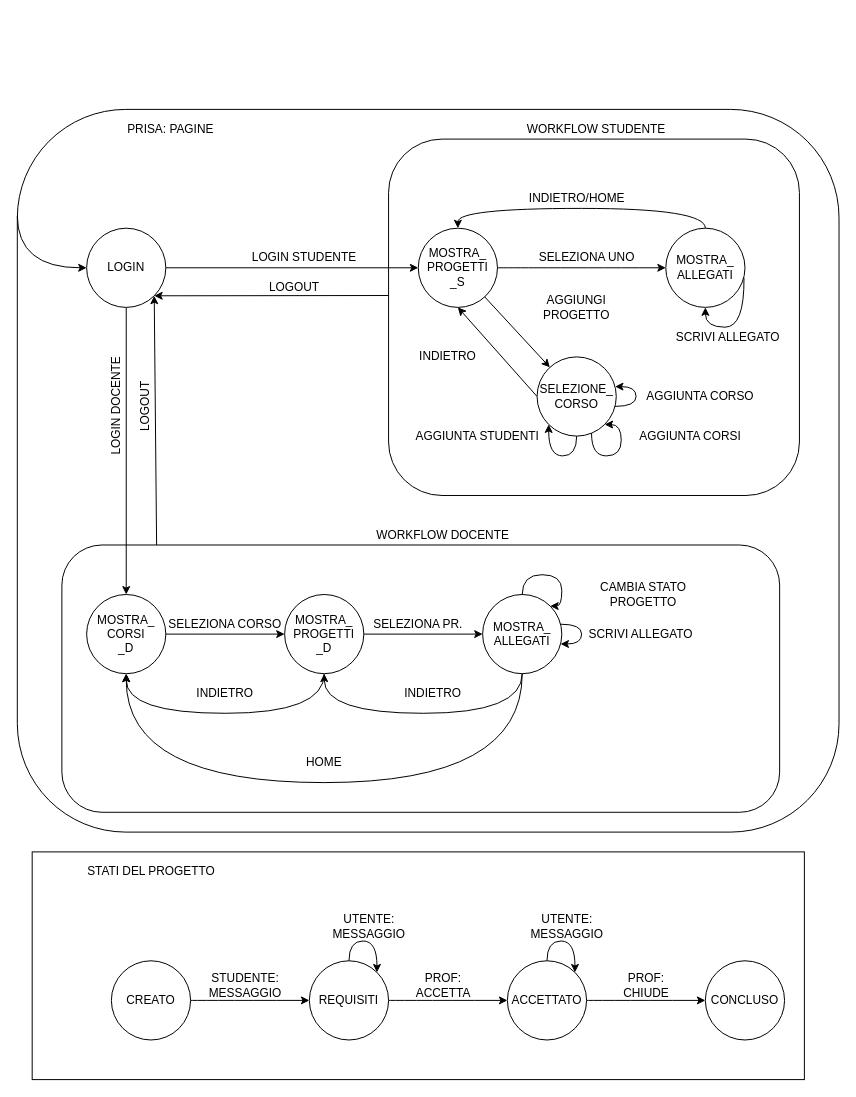
Above: page "MODELLO_SC_FSM" (3 of 5) of prisa_eer.drawio in Cippo95/prisa (draw.io), before the change. Source tidied: cells renumbered, new cells numbered last; positions are measured from the earlier drawing's top-left corner, leaving out a move shared by most shapes. Both pictures are drawn from the tidied source at 99%, with x=0, y=0 at pixel (17, 109).
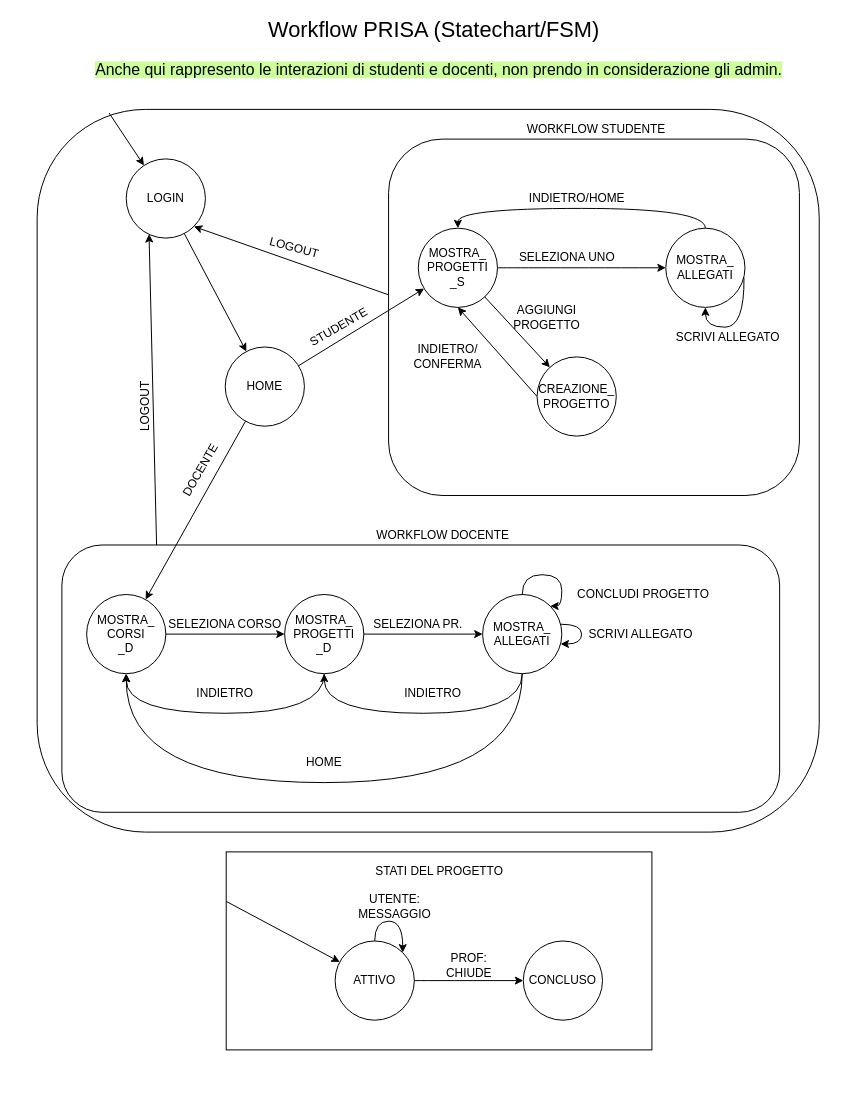
Above is the later version.

Unchanged cells that the change refers to:
```xml
<mxCell id="4" style="rounded=1;whiteSpace=wrap;html=1;" parent="1" vertex="1">
  <mxGeometry x="45" y="440" width="725" height="270" as="geometry" />
</mxCell>
```

Diff of the diagram source:
```diff
@@
     <mxCell id="2" style="rounded=1;whiteSpace=wrap;html=1;" parent="1" vertex="1">
-      <mxGeometry width="830" height="730" as="geometry" />
+      <mxGeometry x="20" width="790" height="730" as="geometry" />
     </mxCell>
-    <mxCell id="3" style="edgeStyle=none;rounded=0;jettySize=auto;html=1;entryX=1;entryY=1;entryDx=0;entryDy=0;exitX=0.132;exitY=0.004;exitDx=0;exitDy=0;exitPerimeter=0;" parent="1" edge="1" source="4" target="11">
+    <mxCell id="3" style="edgeStyle=none;rounded=0;jettySize=auto;html=1;entryX=0.288;entryY=0.95;entryDx=0;entryDy=0;exitX=0.132;exitY=0.004;exitDx=0;exitDy=0;exitPerimeter=0;entryPerimeter=0;" parent="1" edge="1" source="4" target="74">
       <mxGeometry relative="1" as="geometry" />
     </mxCell>
@@
-    <mxCell id="5" style="rounded=0;jettySize=auto;html=1;entryX=1;entryY=1;entryDx=0;entryDy=0;startArrow=none;startFill=0;endArrow=classic;endFill=1;" parent="1" edge="1" target="11">
+    <mxCell id="5" style="rounded=0;jettySize=auto;html=1;entryX=1;entryY=1;entryDx=0;entryDy=0;startArrow=none;startFill=0;endArrow=classic;endFill=1;" parent="1" edge="1" target="74">
       <mxGeometry relative="1" as="geometry">
         <mxPoint x="377" y="188" as="sourcePoint" />
       </mxGeometry>
     </mxCell>
@@
     <mxCell id="7" style="rounded=0;whiteSpace=wrap;html=1;" parent="1" vertex="1">
-      <mxGeometry x="15" y="750" width="780" height="230" as="geometry" />
+      <mxGeometry x="211" y="750" width="430" height="200" as="geometry" />
     </mxCell>
@@
-    <mxCell id="10" style="edgeStyle=orthogonalEdgeStyle;rounded=0;jettySize=auto;html=1;startArrow=classic;startFill=1;endArrow=none;endFill=0;curved=1;" parent="1" edge="1" source="11">
-      <mxGeometry relative="1" as="geometry">
-        <mxPoint y="107.7" as="targetPoint" />
-      </mxGeometry>
-    </mxCell>
-    <mxCell id="11" value="&lt;div&gt;LOGIN&lt;/div&gt;" style="ellipse;whiteSpace=wrap;html=1;" parent="1" vertex="1">
-      <mxGeometry x="70" y="120" width="80" height="80" as="geometry" />
+    <mxCell id="11" value="HOME" style="ellipse;whiteSpace=wrap;html=1;" parent="1" vertex="1">
+      <mxGeometry x="210" y="240" width="80" height="80" as="geometry" />
     </mxCell>
@@
-    <mxCell id="24" value="LOGIN STUDENTE" style="text;html=1;strokeColor=none;fillColor=none;align=center;verticalAlign=middle;whiteSpace=wrap;rounded=0;rotation=0;" parent="1" vertex="1">
-      <mxGeometry x="190" y="140" width="200" height="20" as="geometry" />
+    <mxCell id="24" value="STUDENTE" style="text;html=1;strokeColor=none;fillColor=none;align=center;verticalAlign=middle;whiteSpace=wrap;rounded=0;rotation=-30;" parent="1" vertex="1">
+      <mxGeometry x="270" y="210" width="110" height="20" as="geometry" />
     </mxCell>
     <mxCell id="25" value="SELEZIONA UNO" style="text;html=1;align=center;verticalAlign=middle;" parent="1" vertex="1">
-      <mxGeometry x="520" y="140" width="110" height="20" as="geometry" />
+      <mxGeometry x="500.1" y="140" width="110" height="20" as="geometry" />
     </mxCell>
@@
-    <mxCell id="27" value="&lt;div&gt;LOGIN DOCENTE&lt;/div&gt;" style="text;html=1;align=center;verticalAlign=middle;rotation=-90;" parent="1" vertex="1">
-      <mxGeometry x="45" y="290" width="110" height="20" as="geometry" />
+    <mxCell id="27" value="&lt;div&gt;DOCENTE&lt;/div&gt;" style="text;html=1;align=center;verticalAlign=middle;rotation=-60;" parent="1" vertex="1">
+      <mxGeometry x="150" y="355" width="70" height="20" as="geometry" />
     </mxCell>
@@
-    <mxCell id="29" style="edgeStyle=orthogonalEdgeStyle;curved=1;rounded=0;jettySize=auto;html=1;entryX=0;entryY=0.5;entryDx=0;entryDy=0;startArrow=none;startFill=0;endArrow=classic;endFill=1;" parent="1" edge="1" source="30" target="32">
-      <mxGeometry relative="1" as="geometry" />
-    </mxCell>
-    <mxCell id="30" value="CREATO" style="ellipse;whiteSpace=wrap;html=1;" parent="1" vertex="1">
-      <mxGeometry x="95" y="860" width="80" height="80" as="geometry" />
-    </mxCell>
-    <mxCell id="31" style="edgeStyle=orthogonalEdgeStyle;curved=1;rounded=0;jettySize=auto;html=1;entryX=0;entryY=0.5;entryDx=0;entryDy=0;startArrow=none;startFill=0;endArrow=classic;endFill=1;" parent="1" edge="1" source="32" target="34">
-      <mxGeometry relative="1" as="geometry" />
-    </mxCell>
+    <mxCell id="70" style="edgeStyle=none;rounded=0;jettySize=auto;html=1;fontSize=16;endArrow=none;endFill=0;entryX=0;entryY=0.25;entryDx=0;entryDy=0;startArrow=classic;startFill=1;" parent="1" edge="1" source="32" target="7">
+      <mxGeometry relative="1" as="geometry" />
+    </mxCell>
-    <mxCell id="32" value="REQUISITI" style="ellipse;whiteSpace=wrap;html=1;" parent="1" vertex="1">
-      <mxGeometry x="295" y="860" width="80" height="80" as="geometry" />
+    <mxCell id="32" value="ATTIVO" style="ellipse;whiteSpace=wrap;html=1;" parent="1" vertex="1">
+      <mxGeometry x="321" y="840" width="80" height="80" as="geometry" />
     </mxCell>
-    <mxCell id="33" style="edgeStyle=orthogonalEdgeStyle;curved=1;rounded=0;jettySize=auto;html=1;exitX=1;exitY=0.5;exitDx=0;exitDy=0;entryX=0;entryY=0.5;entryDx=0;entryDy=0;startArrow=none;startFill=0;endArrow=classic;endFill=1;" parent="1" edge="1" source="34" target="35">
+    <mxCell id="33" style="edgeStyle=orthogonalEdgeStyle;curved=1;rounded=0;jettySize=auto;html=1;exitX=1;exitY=0.5;exitDx=0;exitDy=0;entryX=0;entryY=0.5;entryDx=0;entryDy=0;startArrow=none;startFill=0;endArrow=classic;endFill=1;" parent="1" edge="1" source="32" target="35">
       <mxGeometry relative="1" as="geometry" />
     </mxCell>
-    <mxCell id="34" value="ACCETTATO" style="ellipse;whiteSpace=wrap;html=1;" parent="1" vertex="1">
-      <mxGeometry x="495" y="860" width="80" height="80" as="geometry" />
-    </mxCell>
     <mxCell id="35" value="CONCLUSO" style="ellipse;whiteSpace=wrap;html=1;" parent="1" vertex="1">
-      <mxGeometry x="695" y="860" width="80" height="80" as="geometry" />
+      <mxGeometry x="511.1" y="840" width="80" height="80" as="geometry" />
     </mxCell>
-    <mxCell id="36" value="&lt;div&gt;STUDENTE:&lt;br&gt;&lt;/div&gt;&lt;div&gt;MESSAGGIO&lt;/div&gt;" style="text;html=1;align=center;verticalAlign=middle;" parent="1" vertex="1">
-      <mxGeometry x="185" y="870" width="90" height="30" as="geometry" />
-    </mxCell>
-    <mxCell id="37" value="&lt;div&gt;PROF:&lt;br&gt;&lt;/div&gt;&lt;div&gt;ACCETTA&lt;/div&gt;" style="text;html=1;align=center;verticalAlign=middle;" parent="1" vertex="1">
-      <mxGeometry x="395" y="870" width="70" height="30" as="geometry" />
-    </mxCell>
     <mxCell id="38" value="&lt;div&gt;PROF:&lt;br&gt;&lt;/div&gt;&lt;div&gt;CHIUDE&lt;/div&gt;" style="text;html=1;align=center;verticalAlign=middle;" parent="1" vertex="1">
-      <mxGeometry x="605" y="870" width="60" height="30" as="geometry" />
+      <mxGeometry x="426" y="850" width="60" height="30" as="geometry" />
     </mxCell>
-    <mxCell id="39" style="edgeStyle=orthogonalEdgeStyle;curved=1;rounded=0;orthogonalLoop=1;jettySize=auto;html=1;entryX=1;entryY=0;entryDx=0;entryDy=0;startArrow=none;startFill=0;endArrow=classic;endFill=1;" parent="1" edge="1" source="34" target="34">
-      <mxGeometry relative="1" as="geometry">
-        <Array as="points">
-          <mxPoint x="535" y="840" />
-          <mxPoint x="563" y="840" />
-        </Array>
-      </mxGeometry>
-    </mxCell>
     <mxCell id="40" style="edgeStyle=orthogonalEdgeStyle;curved=1;rounded=0;orthogonalLoop=1;jettySize=auto;html=1;entryX=1;entryY=0;entryDx=0;entryDy=0;startArrow=none;startFill=0;endArrow=classic;endFill=1;" parent="1" edge="1" source="32" target="32">
       <mxGeometry relative="1" as="geometry">
         <Array as="points">
-          <mxPoint x="335" y="840" />
-          <mxPoint x="363" y="840" />
+          <mxPoint x="361" y="820" />
+          <mxPoint x="389" y="820" />
         </Array>
       </mxGeometry>
     </mxCell>
     <mxCell id="41" value="UTENTE:&lt;br&gt;&lt;div&gt;MESSAGGIO&lt;/div&gt;" style="text;html=1;align=center;verticalAlign=middle;" parent="1" vertex="1">
-      <mxGeometry x="310" y="810" width="90" height="30" as="geometry" />
+      <mxGeometry x="336" y="790" width="90" height="30" as="geometry" />
     </mxCell>
-    <mxCell id="42" value="&lt;div&gt;UTENTE:&lt;/div&gt;&lt;div&gt;MESSAGGIO&lt;/div&gt;" style="text;html=1;align=center;verticalAlign=middle;" parent="1" vertex="1">
-      <mxGeometry x="510" y="810" width="90" height="30" as="geometry" />
-    </mxCell>
     <mxCell id="43" value="&lt;div&gt;STATI DEL PROGETTO&lt;/div&gt;" style="text;html=1;align=center;verticalAlign=middle;" parent="1" vertex="1">
-      <mxGeometry x="65" y="760" width="140" height="20" as="geometry" />
+      <mxGeometry x="356" y="760" width="140" height="20" as="geometry" />
     </mxCell>
-    <mxCell id="44" value="PRISA: PAGINE" style="text;html=1;strokeColor=none;fillColor=none;align=center;verticalAlign=middle;whiteSpace=wrap;rounded=0;" parent="1" vertex="1">
-      <mxGeometry x="80" y="10" width="150" height="20" as="geometry" />
-    </mxCell>
@@
-    <mxCell id="52" value="LOGOUT" style="text;html=1;strokeColor=none;fillColor=none;align=center;verticalAlign=middle;whiteSpace=wrap;rounded=0;" parent="1" vertex="1">
-      <mxGeometry x="240" y="170" width="80" height="20" as="geometry" />
+    <mxCell id="52" value="LOGOUT" style="text;html=1;strokeColor=none;fillColor=none;align=center;verticalAlign=middle;whiteSpace=wrap;rounded=0;rotation=15;" parent="1" vertex="1">
+      <mxGeometry x="240" y="130" width="80" height="20" as="geometry" />
     </mxCell>
@@
-    <mxCell id="58" value="CAMBIA STATO PROGETTO" style="text;html=1;strokeColor=none;fillColor=none;align=center;verticalAlign=middle;whiteSpace=wrap;rounded=0;" parent="1" vertex="1">
+    <mxCell id="58" value="CONCLUDI PROGETTO" style="text;html=1;strokeColor=none;fillColor=none;align=center;verticalAlign=middle;whiteSpace=wrap;rounded=0;" parent="1" vertex="1">
       <mxGeometry x="555" y="480" width="155" height="20" as="geometry" />
     </mxCell>
@@
     <mxCell id="60" value="&lt;div&gt;AGGIUNGI PROGETTO&lt;/div&gt;" style="text;html=1;strokeColor=none;fillColor=none;align=center;verticalAlign=middle;whiteSpace=wrap;rounded=0;" parent="1" vertex="1">
-      <mxGeometry x="500.1" y="190" width="130" height="20" as="geometry" />
+      <mxGeometry x="470" y="200" width="130" height="20" as="geometry" />
     </mxCell>
@@
-    <mxCell id="62" value="&lt;div&gt;SELEZIONE_&lt;/div&gt;&lt;div&gt;CORSO&lt;/div&gt;" style="ellipse;whiteSpace=wrap;html=1;" parent="1" vertex="1">
+    <mxCell id="62" value="&lt;div&gt;CREAZIONE_&lt;/div&gt;&lt;div&gt;PROGETTO&lt;/div&gt;" style="ellipse;whiteSpace=wrap;html=1;" parent="1" vertex="1">
       <mxGeometry x="525" y="250" width="80" height="80" as="geometry" />
     </mxCell>
-    <mxCell id="63" value="INDIETRO" style="text;html=1;strokeColor=none;fillColor=none;align=center;verticalAlign=middle;whiteSpace=wrap;rounded=0;" parent="1" vertex="1">
+    <mxCell id="63" value="&lt;div&gt;INDIETRO/&lt;/div&gt;&lt;div&gt;CONFERMA&lt;br&gt;&lt;/div&gt;" style="text;html=1;strokeColor=none;fillColor=none;align=center;verticalAlign=middle;whiteSpace=wrap;rounded=0;" parent="1" vertex="1">
       <mxGeometry x="400" y="240" width="70" height="20" as="geometry" />
     </mxCell>
-    <mxCell id="64" style="edgeStyle=orthogonalEdgeStyle;rounded=0;orthogonalLoop=1;jettySize=auto;html=1;startArrow=classic;startFill=1;endArrow=none;endFill=0;curved=1;" parent="1" edge="1" source="62" target="62">
-      <mxGeometry relative="1" as="geometry" />
-    </mxCell>
-    <mxCell id="65" value="AGGIUNTA CORSO" style="text;html=1;strokeColor=none;fillColor=none;align=center;verticalAlign=middle;whiteSpace=wrap;rounded=0;" parent="1" vertex="1">
-      <mxGeometry x="630.1" y="280" width="119.9" height="20" as="geometry" />
-    </mxCell>
-    <mxCell id="66" style="edgeStyle=orthogonalEdgeStyle;curved=1;rounded=0;orthogonalLoop=1;jettySize=auto;html=1;startArrow=classic;startFill=1;endArrow=none;endFill=0;exitX=1;exitY=1;exitDx=0;exitDy=0;" parent="1" edge="1" source="62" target="62">
-      <mxGeometry relative="1" as="geometry">
-        <Array as="points">
-          <mxPoint x="610" y="318" />
-          <mxPoint x="610" y="350" />
-          <mxPoint x="580" y="350" />
-        </Array>
-      </mxGeometry>
-    </mxCell>
-    <mxCell id="67" value="AGGIUNTA CORSI" style="text;html=1;strokeColor=none;fillColor=none;align=center;verticalAlign=middle;whiteSpace=wrap;rounded=0;" parent="1" vertex="1">
-      <mxGeometry x="620" y="320" width="120" height="20" as="geometry" />
-    </mxCell>
-    <mxCell id="68" style="edgeStyle=orthogonalEdgeStyle;curved=1;rounded=0;orthogonalLoop=1;jettySize=auto;html=1;entryX=0;entryY=1;entryDx=0;entryDy=0;startArrow=none;startFill=0;endArrow=classic;endFill=1;" parent="1" edge="1" source="62" target="62">
-      <mxGeometry relative="1" as="geometry">
-        <Array as="points">
-          <mxPoint x="565" y="350" />
-          <mxPoint x="537" y="350" />
-        </Array>
-      </mxGeometry>
-    </mxCell>
-    <mxCell id="69" value="AGGIUNTA STUDENTI" style="text;html=1;strokeColor=none;fillColor=none;align=center;verticalAlign=middle;whiteSpace=wrap;rounded=0;" parent="1" vertex="1">
-      <mxGeometry x="400" y="320" width="130" height="20" as="geometry" />
-    </mxCell>
+    <mxCell id="71" value="&lt;font style=&quot;font-size: 22px&quot;&gt;Workflow PRISA (Statechart/FSM)&lt;/font&gt;" style="text;html=1;strokeColor=none;fillColor=none;align=center;verticalAlign=middle;whiteSpace=wrap;rounded=0;labelBackgroundColor=none;fontSize=16;" parent="1" vertex="1">
+      <mxGeometry x="201" y="-90" width="440" height="20" as="geometry" />
+    </mxCell>
+    <mxCell id="72" style="edgeStyle=none;rounded=0;jettySize=auto;html=1;fontSize=16;startArrow=classic;startFill=1;endArrow=none;endFill=0;entryX=0.092;entryY=0.005;entryDx=0;entryDy=0;entryPerimeter=0;" parent="1" edge="1" source="74" target="2">
+      <mxGeometry relative="1" as="geometry" />
+    </mxCell>
+    <mxCell id="73" style="edgeStyle=none;rounded=0;jettySize=auto;html=1;fontSize=16;startArrow=none;startFill=0;endArrow=classic;endFill=1;" parent="1" edge="1" source="74" target="11">
+      <mxGeometry relative="1" as="geometry" />
+    </mxCell>
+    <mxCell id="74" value="LOGIN" style="ellipse;whiteSpace=wrap;html=1;" parent="1" vertex="1">
+      <mxGeometry x="110" y="50" width="80" height="80" as="geometry" />
+    </mxCell>
+    <mxCell id="75" value="&lt;span style=&quot;background-color: rgb(204 , 255 , 153)&quot;&gt;Anche qui rappresento le interazioni di studenti e docenti, non prendo in considerazione gli admin.&lt;/span&gt;" style="text;html=1;strokeColor=none;fillColor=none;align=center;verticalAlign=middle;whiteSpace=wrap;rounded=0;labelBackgroundColor=none;fontSize=16;" parent="1" vertex="1">
+      <mxGeometry x="26" y="-60" width="800" height="40" as="geometry" />
+    </mxCell>
```
